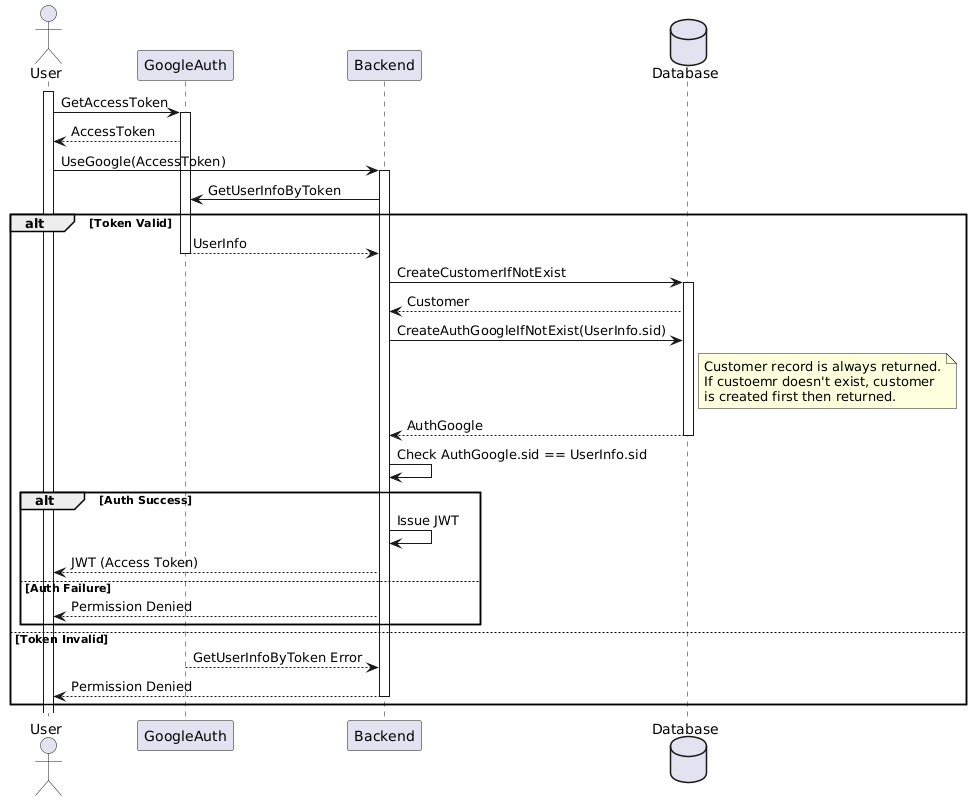
This is docs/gp1/images/docs/diagrams/sequence-diagrams/all-sequence-diagrams/Continue with Google.png from jadwalapp/symmetrical-spoon, a PlantUML export, as it was before one commit.
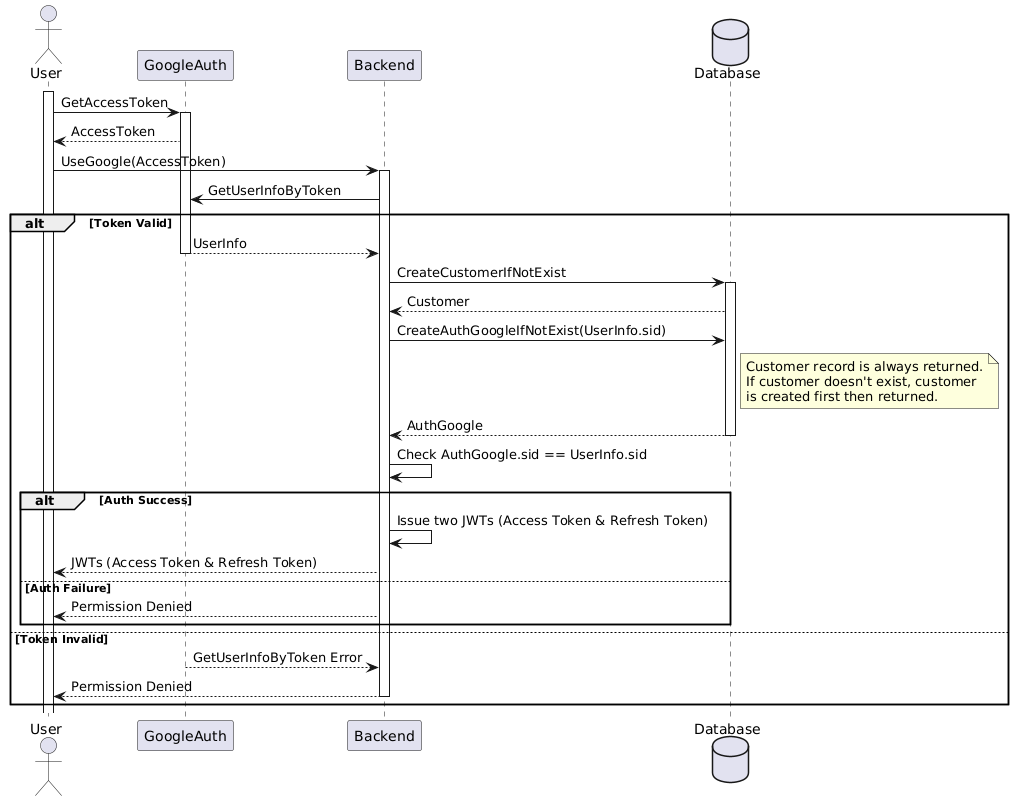
After the commit.

The edit, as a diff of the source:
```diff
@@ -1,4 +1,4 @@
-@startuml
+@startuml Continue with Google
 actor User
 participant GoogleAuth
 participant Backend
@@ -18,13 +18,13 @@
     Database --> Backend : Customer
 
     Backend -> Database : CreateAuthGoogleIfNotExist(UserInfo.sid)
-    note right of Database : Customer record is always returned.\nIf custoemr doesn't exist, customer\nis created first then returned.
+    note right of Database : Customer record is always returned.\nIf customer doesn't exist, customer\nis created first then returned.
     Database --> Backend  -- : AuthGoogle
 
     Backend -> Backend : Check AuthGoogle.sid == UserInfo.sid
     alt Auth Success
-        Backend -> Backend : Issue JWT
-        Backend --> User : JWT (Access Token)
+        Backend -> Backend : Issue two JWTs (Access Token & Refresh Token)
+        Backend --> User : JWTs (Access Token & Refresh Token)
     else Auth Failure
         Backend --> User : Permission Denied
     end
@@ -32,4 +32,5 @@
     GoogleAuth --> Backend : GetUserInfoByToken Error
     Backend --> User -- : Permission Denied
 end
+
 @enduml
```
